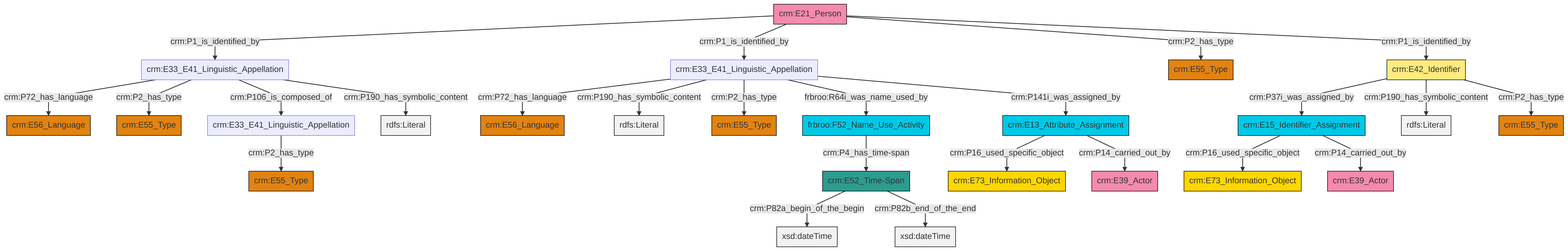
Before: et/personCSV/ttl/mmd/png/Person_Names_and_Classification.png, a diagram exported from Mermaid (swiss-art-research-net/docs.swissartresearch). Its source is kept beside it as et/personCSV/ttl/mmd/Person_Names_and_Classification.ttl.mmd.
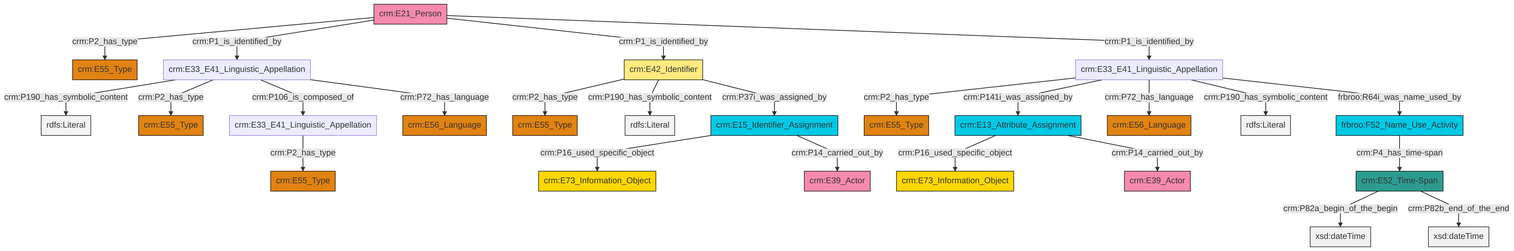
The same file after the commit.

Change to the diagram source:
```diff
@@ -13,27 +13,27 @@
 classDef PC_Classes fill:#4ce600, stroke:#000000;
 classDef Multi fill:#cccccc,stroke:#000000;
 
-4["crm:E33_E41_Linguistic_Appellation"]:::Default -->|crm:P72_has_language| 5["crm:E56_Language"]:::Type
-6["crm:E42_Identifier"]:::Appellation -->|crm:P37i_was_assigned_by| 7["crm:E15_Identifier_Assignment"]:::Temporal_Entity
-8["crm:E52_Time-Span"]:::Time-Span -->|crm:P82a_begin_of_the_begin| 9[xsd:dateTime]:::Literal
-7["crm:E15_Identifier_Assignment"]:::Temporal_Entity -->|crm:P16_used_specific_object| 12["crm:E73_Information_Object"]:::Conceptual_Object
-14["crm:E21_Person"]:::Actor -->|crm:P1_is_identified_by| 4["crm:E33_E41_Linguistic_Appellation"]:::Default
-15["crm:E13_Attribute_Assignment"]:::Temporal_Entity -->|crm:P16_used_specific_object| 16["crm:E73_Information_Object"]:::Conceptual_Object
-10["crm:E33_E41_Linguistic_Appellation"]:::Default -->|crm:P72_has_language| 0["crm:E56_Language"]:::Type
-14["crm:E21_Person"]:::Actor -->|crm:P1_is_identified_by| 10["crm:E33_E41_Linguistic_Appellation"]:::Default
-7["crm:E15_Identifier_Assignment"]:::Temporal_Entity -->|crm:P14_carried_out_by| 17["crm:E39_Actor"]:::Actor
-6["crm:E42_Identifier"]:::Appellation -->|crm:P190_has_symbolic_content| 18[rdfs:Literal]:::Literal
-10["crm:E33_E41_Linguistic_Appellation"]:::Default -->|crm:P190_has_symbolic_content| 20[rdfs:Literal]:::Literal
-4["crm:E33_E41_Linguistic_Appellation"]:::Default -->|crm:P2_has_type| 23["crm:E55_Type"]:::Type
-10["crm:E33_E41_Linguistic_Appellation"]:::Default -->|crm:P2_has_type| 25["crm:E55_Type"]:::Type
-10["crm:E33_E41_Linguistic_Appellation"]:::Default -->|frbroo:R64i_was_name_used_by| 28["frbroo:F52_Name_Use_Activity"]:::Temporal_Entity
-10["crm:E33_E41_Linguistic_Appellation"]:::Default -->|crm:P141i_was_assigned_by| 15["crm:E13_Attribute_Assignment"]:::Temporal_Entity
-2["crm:E33_E41_Linguistic_Appellation"]:::Default -->|crm:P2_has_type| 30["crm:E55_Type"]:::Type
-28["frbroo:F52_Name_Use_Activity"]:::Temporal_Entity -->|crm:P4_has_time-span| 8["crm:E52_Time-Span"]:::Time-Span
-4["crm:E33_E41_Linguistic_Appellation"]:::Default -->|crm:P106_is_composed_of| 2["crm:E33_E41_Linguistic_Appellation"]:::Default
-15["crm:E13_Attribute_Assignment"]:::Temporal_Entity -->|crm:P14_carried_out_by| 33["crm:E39_Actor"]:::Actor
-14["crm:E21_Person"]:::Actor -->|crm:P2_has_type| 26["crm:E55_Type"]:::Type
-8["crm:E52_Time-Span"]:::Time-Span -->|crm:P82b_end_of_the_end| 37[xsd:dateTime]:::Literal
-4["crm:E33_E41_Linguistic_Appellation"]:::Default -->|crm:P190_has_symbolic_content| 43[rdfs:Literal]:::Literal
-14["crm:E21_Person"]:::Actor -->|crm:P1_is_identified_by| 6["crm:E42_Identifier"]:::Appellation
-6["crm:E42_Identifier"]:::Appellation -->|crm:P2_has_type| 41["crm:E55_Type"]:::Type
+2["crm:E42_Identifier"]:::Appellation -->|crm:P2_has_type| 3["crm:E55_Type"]:::Type
+8["crm:E33_E41_Linguistic_Appellation"]:::Default -->|crm:P190_has_symbolic_content| 9[rdfs:Literal]:::Literal
+12["crm:E13_Attribute_Assignment"]:::Temporal_Entity -->|crm:P16_used_specific_object| 13["crm:E73_Information_Object"]:::Conceptual_Object
+2["crm:E42_Identifier"]:::Appellation -->|crm:P190_has_symbolic_content| 16[rdfs:Literal]:::Literal
+12["crm:E13_Attribute_Assignment"]:::Temporal_Entity -->|crm:P14_carried_out_by| 0["crm:E39_Actor"]:::Actor
+17["crm:E52_Time-Span"]:::Time-Span -->|crm:P82a_begin_of_the_begin| 18[xsd:dateTime]:::Literal
+19["crm:E33_E41_Linguistic_Appellation"]:::Default -->|crm:P2_has_type| 20["crm:E55_Type"]:::Type
+19["crm:E33_E41_Linguistic_Appellation"]:::Default -->|crm:P141i_was_assigned_by| 12["crm:E13_Attribute_Assignment"]:::Temporal_Entity
+19["crm:E33_E41_Linguistic_Appellation"]:::Default -->|crm:P72_has_language| 4["crm:E56_Language"]:::Type
+8["crm:E33_E41_Linguistic_Appellation"]:::Default -->|crm:P2_has_type| 6["crm:E55_Type"]:::Type
+10["crm:E21_Person"]:::Actor -->|crm:P2_has_type| 14["crm:E55_Type"]:::Type
+19["crm:E33_E41_Linguistic_Appellation"]:::Default -->|crm:P190_has_symbolic_content| 27[rdfs:Literal]:::Literal
+8["crm:E33_E41_Linguistic_Appellation"]:::Default -->|crm:P106_is_composed_of| 21["crm:E33_E41_Linguistic_Appellation"]:::Default
+8["crm:E33_E41_Linguistic_Appellation"]:::Default -->|crm:P72_has_language| 24["crm:E56_Language"]:::Type
+10["crm:E21_Person"]:::Actor -->|crm:P1_is_identified_by| 8["crm:E33_E41_Linguistic_Appellation"]:::Default
+10["crm:E21_Person"]:::Actor -->|crm:P1_is_identified_by| 2["crm:E42_Identifier"]:::Appellation
+30["frbroo:F52_Name_Use_Activity"]:::Temporal_Entity -->|crm:P4_has_time-span| 17["crm:E52_Time-Span"]:::Time-Span
+21["crm:E33_E41_Linguistic_Appellation"]:::Default -->|crm:P2_has_type| 31["crm:E55_Type"]:::Type
+19["crm:E33_E41_Linguistic_Appellation"]:::Default -->|frbroo:R64i_was_name_used_by| 30["frbroo:F52_Name_Use_Activity"]:::Temporal_Entity
+17["crm:E52_Time-Span"]:::Time-Span -->|crm:P82b_end_of_the_end| 38[xsd:dateTime]:::Literal
+34["crm:E15_Identifier_Assignment"]:::Temporal_Entity -->|crm:P16_used_specific_object| 41["crm:E73_Information_Object"]:::Conceptual_Object
+10["crm:E21_Person"]:::Actor -->|crm:P1_is_identified_by| 19["crm:E33_E41_Linguistic_Appellation"]:::Default
+2["crm:E42_Identifier"]:::Appellation -->|crm:P37i_was_assigned_by| 34["crm:E15_Identifier_Assignment"]:::Temporal_Entity
+34["crm:E15_Identifier_Assignment"]:::Temporal_Entity -->|crm:P14_carried_out_by| 28["crm:E39_Actor"]:::Actor
```
